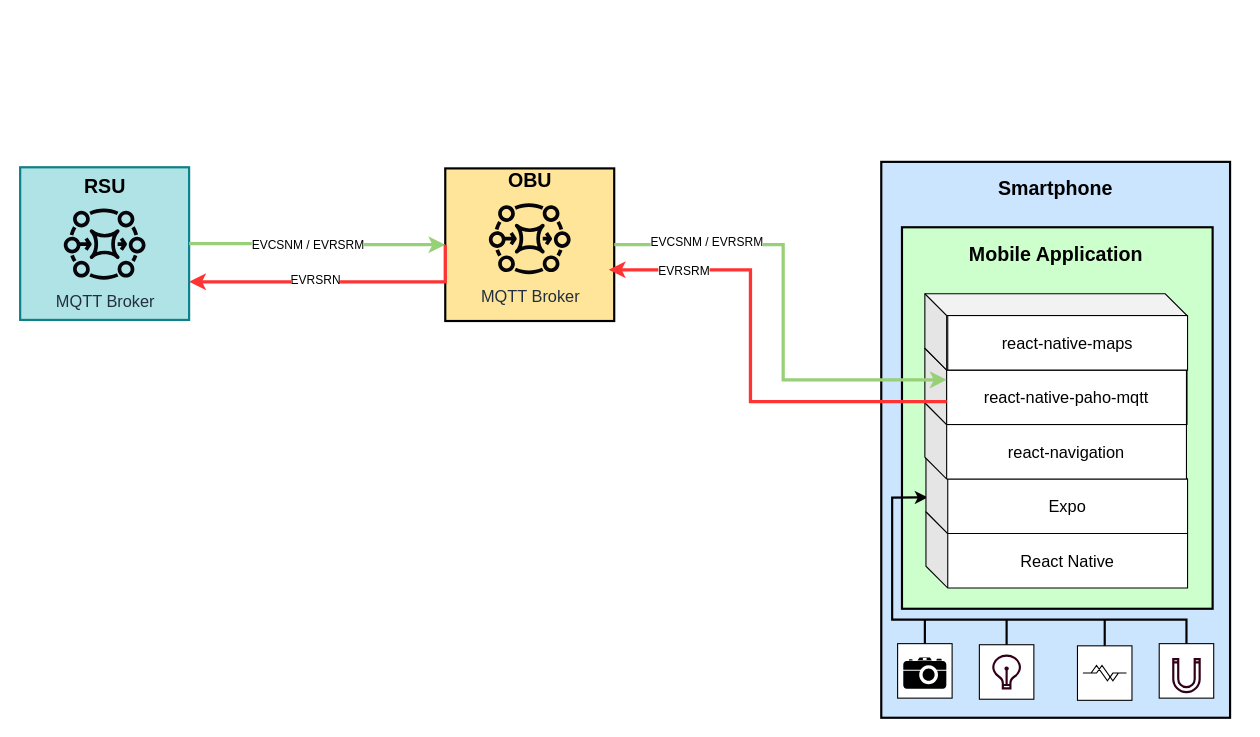
Before: assets/ev_arch.drawio in bearkillerPT/Dissertation, a draw.io diagram. Source tidied: cells renumbered, new cells numbered last; positions are measured from the earlier drawing's top-left corner, leaving out a move shared by most shapes. Both pictures are drawn from the tidied source at 109%, with x=0, y=0 at pixel (20, 161). Pictures stored in the file or linked from it are replaced by grey dashed boxes.
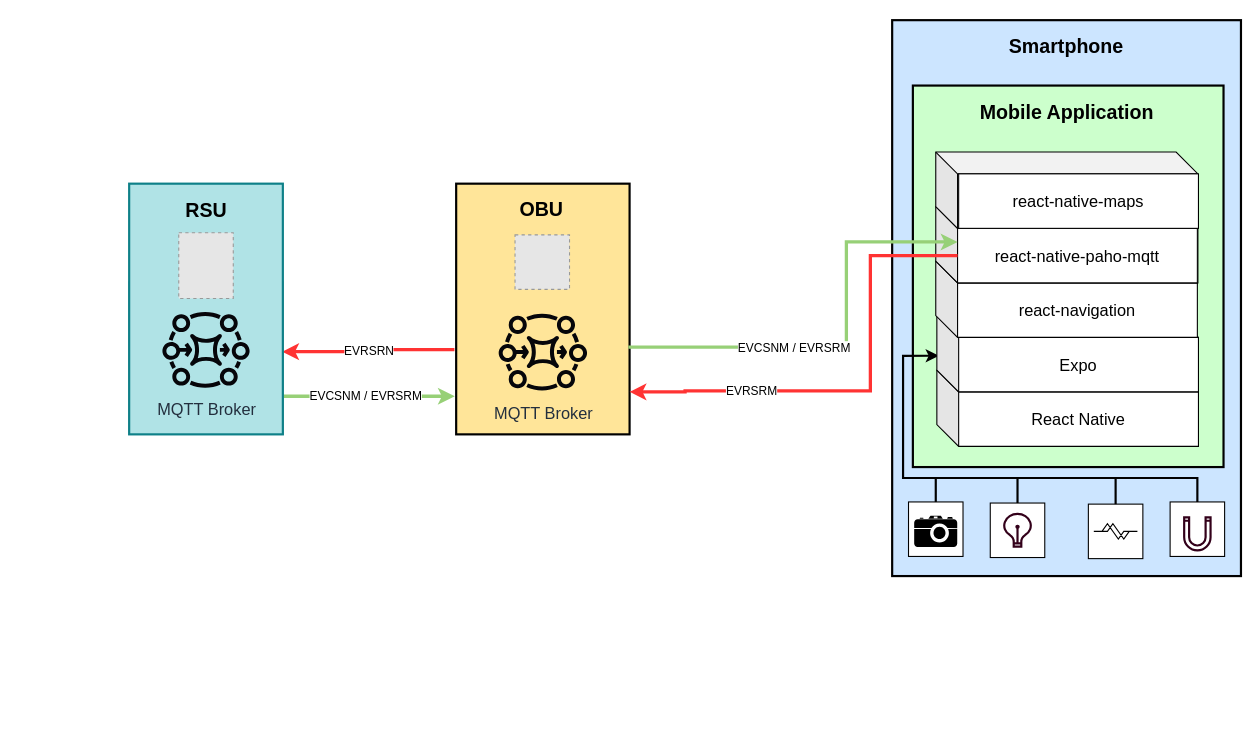
The same page after the edit.

Commit message:
updated the ev arch drawio asset

The change refers to these unchanged cells:
```xml
<mxCell id="30" value="&lt;font style=&quot;font-size: 15px;&quot;&gt;react-native-paho-mqtt&lt;/font&gt;" style="rounded=0;whiteSpace=wrap;html=1;" parent="7" vertex="1">
  <mxGeometry x="60" y="191" width="220" height="50" as="geometry" />
</mxCell>
```

Change to the diagram source:
```diff
@@
-    <mxCell id="2" style="group;" parent="1" vertex="1">
-      <mxGeometry x="70" y="5" width="155" height="140" as="geometry" />
-    </mxCell>
-    <mxCell id="3" style="group;fillColor=#647687;fontColor=#ffffff;strokeColor=#314354;" parent="2" vertex="1">
-      <mxGeometry x="-70" width="155" height="140" as="geometry" />
-    </mxCell>
-    <mxCell id="4" style="rounded=0;whiteSpace=wrap;html=1;strokeWidth=2;fillColor=#b0e3e6;strokeColor=#0e8088;" parent="3" vertex="1">
-      <mxGeometry width="155" height="140" as="geometry" />
-    </mxCell>
-    <mxCell id="5" value="&lt;b&gt;&lt;font style=&quot;font-size: 18px;&quot;&gt;RSU&lt;/font&gt;&lt;/b&gt;" style="text;html=1;strokeColor=none;fillColor=none;align=center;verticalAlign=middle;whiteSpace=wrap;rounded=0;" parent="3" vertex="1">
-      <mxGeometry x="20.5" y="2.5" width="114" height="30" as="geometry" />
-    </mxCell>
-    <mxCell id="6" value="&lt;font style=&quot;font-size: 15px;&quot;&gt;MQTT Broker&lt;/font&gt;" style="sketch=0;fontColor=#232F3E;gradientColor=none;fillColor=#06060A;strokeColor=none;dashed=0;verticalLabelPosition=bottom;verticalAlign=top;align=center;html=1;fontSize=12;fontStyle=0;shape=mxgraph.aws4.mq_broker;labelBackgroundColor=none;labelBorderColor=none;strokeWidth=4;" parent="3" vertex="1">
-      <mxGeometry x="40" y="32.5" width="75" height="75" as="geometry" />
-    </mxCell>
     <mxCell id="7" style="group;" parent="1" vertex="1">
-      <mxGeometry x="790" width="320" height="510" as="geometry" />
+      <mxGeometry x="800" y="-130" width="320" height="510" as="geometry" />
     </mxCell>
@@
-    <mxCell id="33" style="group;" parent="1" vertex="1">
-      <mxGeometry x="390" width="155" height="140" as="geometry" />
+    <mxCell id="33" style="group;rotation=0;" parent="1" vertex="1">
+      <mxGeometry x="400" y="10" width="158" height="230" as="geometry" />
     </mxCell>
-    <mxCell id="34" style="rounded=0;whiteSpace=wrap;html=1;fillColor=#FFE599;strokeWidth=2;" parent="33" vertex="1">
-      <mxGeometry y="6" width="155" height="140" as="geometry" />
+    <mxCell id="34" style="rounded=0;whiteSpace=wrap;html=1;fillColor=#FFE599;strokeWidth=2;rotation=0;" parent="33" vertex="1">
+      <mxGeometry y="10" width="159.1" height="230" as="geometry" />
     </mxCell>
     <mxCell id="35" value="&lt;b&gt;&lt;font style=&quot;font-size: 18px;&quot;&gt;OBU&lt;/font&gt;&lt;/b&gt;" style="text;html=1;strokeColor=none;fillColor=none;align=center;verticalAlign=middle;whiteSpace=wrap;rounded=0;" parent="33" vertex="1">
-      <mxGeometry x="20.5" y="2.5" width="114" height="30" as="geometry" />
+      <mxGeometry x="2.3" y="-61.9" width="153.3" height="191.4" as="geometry" />
     </mxCell>
     <mxCell id="36" value="&lt;font style=&quot;font-size: 15px;&quot;&gt;MQTT Broker&lt;/font&gt;" style="sketch=0;fontColor=#232F3E;gradientColor=none;fillColor=#06060A;strokeColor=none;dashed=0;verticalLabelPosition=bottom;verticalAlign=top;align=center;html=1;fontSize=12;fontStyle=0;shape=mxgraph.aws4.mq_broker;labelBackgroundColor=none;labelBorderColor=none;strokeWidth=4;" parent="33" vertex="1">
-      <mxGeometry x="40" y="32.5" width="75" height="75" as="geometry" />
+      <mxGeometry x="39" y="123.4" width="81.1" height="81.1" as="geometry" />
     </mxCell>
+    <mxCell id="44" style="fillColor=#E6E6E6;strokeColor=#999999;dashed=1;verticalLabelPosition=bottom;labelBackgroundColor=default;verticalAlign=top;" parent="33" vertex="1">
+      <mxGeometry x="54" y="57" width="50" height="50" as="geometry" />
+    </mxCell>
-    <mxCell id="37" style="edgeStyle=orthogonalEdgeStyle;rounded=0;jettySize=auto;html=1;entryX=0;entryY=0.5;entryDx=0;entryDy=0;strokeColor=#97D077;strokeWidth=3;" parent="1" edge="1" source="4" target="34">
+    <mxCell id="37" style="edgeStyle=orthogonalEdgeStyle;rounded=0;jettySize=auto;html=1;entryX=-0.008;entryY=0.848;entryDx=0;entryDy=0;strokeColor=#97D077;strokeWidth=3;exitX=1.004;exitY=0.848;exitDx=0;exitDy=0;entryPerimeter=0;exitPerimeter=0;" parent="1" edge="1" source="4" target="34">
       <mxGeometry relative="1" as="geometry" />
     </mxCell>
     <mxCell id="38" value="EVCSNM / EVRSRM" style="edgeLabel;html=1;align=center;verticalAlign=middle;" parent="37" vertex="1">
       <mxGeometry x="-0.34" y="-1" relative="1" as="geometry">
-        <mxPoint x="30" y="-1" as="offset" />
+        <mxPoint x="23" y="-2" as="offset" />
       </mxGeometry>
     </mxCell>
-    <mxCell id="39" style="edgeStyle=orthogonalEdgeStyle;rounded=0;jettySize=auto;html=1;exitX=1;exitY=0.5;exitDx=0;exitDy=0;strokeColor=#97D077;strokeWidth=3;" parent="1" edge="1" source="34" target="30">
-      <mxGeometry relative="1" as="geometry">
-        <Array as="points">
-          <mxPoint x="700" y="76" />
-          <mxPoint x="700" y="200" />
-        </Array>
-      </mxGeometry>
-    </mxCell>
-    <mxCell id="40" value="EVCSNM / EVRSRM" style="edgeLabel;html=1;align=center;verticalAlign=middle;" parent="39" vertex="1">
-      <mxGeometry x="-0.61" y="3" relative="1" as="geometry" />
-    </mxCell>
-    <mxCell id="41" style="edgeStyle=orthogonalEdgeStyle;rounded=0;jettySize=auto;html=1;exitX=0;exitY=0.5;exitDx=0;exitDy=0;strokeColor=#FF3333;strokeWidth=3;" parent="1" edge="1" source="34" target="4">
-      <mxGeometry relative="1" as="geometry">
-        <Array as="points">
-          <mxPoint x="390" y="110" />
-        </Array>
-      </mxGeometry>
+    <mxCell id="41" style="edgeStyle=orthogonalEdgeStyle;rounded=0;jettySize=auto;html=1;strokeColor=#FF3333;strokeWidth=3;exitX=-0.01;exitY=0.662;exitDx=0;exitDy=0;exitPerimeter=0;entryX=0.996;entryY=0.67;entryDx=0;entryDy=0;entryPerimeter=0;" parent="1" edge="1" source="34" target="4">
+      <mxGeometry relative="1" as="geometry" />
     </mxCell>
     <mxCell id="42" value="EVRSRN" style="edgeLabel;html=1;align=center;verticalAlign=middle;" parent="41" vertex="1">
       <mxGeometry x="0.34" y="-2" relative="1" as="geometry">
-        <mxPoint x="26" as="offset" />
+        <mxPoint x="26" y="1" as="offset" />
       </mxGeometry>
     </mxCell>
-    <mxCell id="43" value="&lt;div style=&quot;&quot;&gt;EVRSRM&lt;/div&gt;" style="edgeStyle=orthogonalEdgeStyle;rounded=0;orthogonalLoop=1;jettySize=auto;html=1;strokeColor=#FF3333;strokeWidth=3;align=center;" parent="1" edge="1">
-      <mxGeometry x="0.68" y="1" relative="1" as="geometry">
-        <mxPoint x="850" y="220" as="sourcePoint" />
-        <mxPoint x="540" y="99" as="targetPoint" />
+    <mxCell id="43" value="&lt;div style=&quot;&quot;&gt;EVRSRM&lt;/div&gt;" style="edgeStyle=orthogonalEdgeStyle;rounded=0;jettySize=auto;html=1;strokeColor=#FF3333;strokeWidth=3;align=center;exitX=0;exitY=0.5;exitDx=0;exitDy=0;" parent="1" edge="1" source="30" target="34">
+      <mxGeometry x="0.47" relative="1" as="geometry">
         <Array as="points">
-          <mxPoint x="670" y="220" />
-          <mxPoint x="670" y="99" />
+          <mxPoint x="780" y="86" />
+          <mxPoint x="780" y="210" />
+          <mxPoint x="610" y="210" />
+          <mxPoint x="610" y="211" />
         </Array>
       </mxGeometry>
     </mxCell>
+    <mxCell id="45" style="group;rotation=0;" parent="1" vertex="1">
+      <mxGeometry x="100" y="20" width="158" height="230" as="geometry" />
+    </mxCell>
+    <mxCell id="3" style="group;fillColor=#647687;fontColor=#ffffff;strokeColor=#314354;" parent="45" vertex="1">
+      <mxGeometry y="90" width="141" height="140" as="geometry" />
+    </mxCell>
+    <mxCell id="4" style="rounded=0;whiteSpace=wrap;html=1;strokeWidth=2;fillColor=#b0e3e6;strokeColor=#0e8088;" parent="45" vertex="1">
+      <mxGeometry width="141" height="230" as="geometry" />
+    </mxCell>
+    <mxCell id="5" value="&lt;b&gt;&lt;font style=&quot;font-size: 18px;&quot;&gt;RSU&lt;/font&gt;&lt;/b&gt;" style="text;html=1;strokeColor=none;fillColor=none;align=center;verticalAlign=middle;whiteSpace=wrap;rounded=0;" parent="45" vertex="1">
+      <mxGeometry x="13.5" y="10" width="114" height="30" as="geometry" />
+    </mxCell>
+    <mxCell id="6" value="&lt;font style=&quot;font-size: 15px;&quot;&gt;MQTT Broker&lt;/font&gt;" style="sketch=0;fontColor=#232F3E;gradientColor=none;fillColor=#06060A;strokeColor=none;dashed=0;verticalLabelPosition=bottom;verticalAlign=top;align=center;html=1;fontSize=12;fontStyle=0;shape=mxgraph.aws4.mq_broker;labelBackgroundColor=none;labelBorderColor=none;strokeWidth=4;" parent="45" vertex="1">
+      <mxGeometry x="30.5" y="112" width="80" height="80" as="geometry" />
+    </mxCell>
+    <mxCell id="46" style="fillColor=#E6E6E6;strokeColor=#999999;dashed=1;verticalLabelPosition=bottom;labelBackgroundColor=default;verticalAlign=top;" parent="45" vertex="1">
+      <mxGeometry x="45.5" y="45" width="50" height="60.3" as="geometry" />
+    </mxCell>
+    <mxCell id="39" style="edgeStyle=orthogonalEdgeStyle;rounded=0;jettySize=auto;html=1;strokeColor=#97D077;strokeWidth=3;entryX=0;entryY=0.25;entryDx=0;entryDy=0;" parent="1" edge="1" target="30">
+      <mxGeometry relative="1" as="geometry">
+        <mxPoint x="558" y="170" as="sourcePoint" />
+        <Array as="points">
+          <mxPoint x="558" y="170" />
+          <mxPoint x="758" y="170" />
+          <mxPoint x="758" y="74" />
+        </Array>
+      </mxGeometry>
+    </mxCell>
+    <mxCell id="40" value="EVCSNM / EVRSRM" style="edgeLabel;html=1;align=center;verticalAlign=middle;" parent="39" vertex="1">
+      <mxGeometry x="-0.61" y="3" relative="1" as="geometry">
+        <mxPoint x="73" y="3" as="offset" />
+      </mxGeometry>
+    </mxCell>
```
